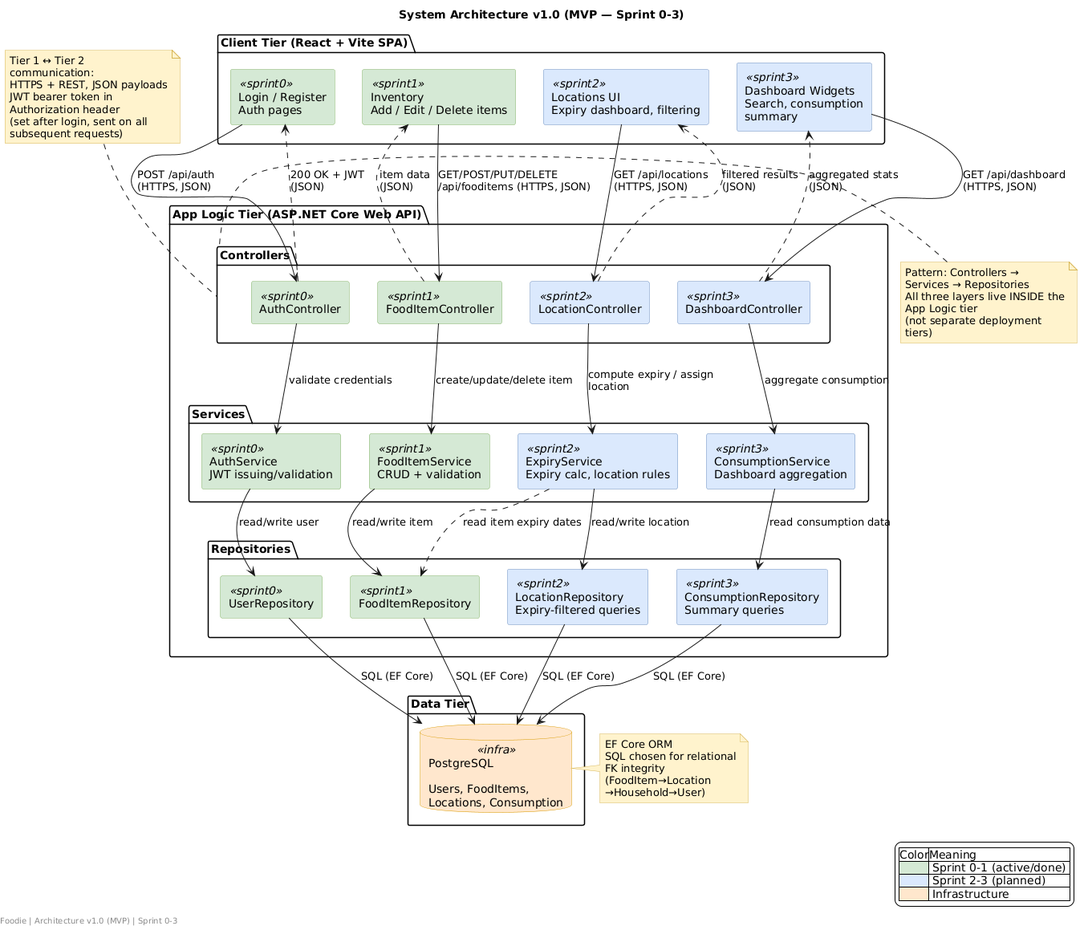
Earlier version of the PlantUML export docs/Foodie_Architecture_Diagram.png (aintnoBaka7227/Foodie). Its source is kept beside it as docs/Foodie_Architecture_Diagram.puml. Its diagram source:
```plantuml
@startuml Foodie_System_Architecture
title System Architecture v1.0 (MVP — Sprint 0-3)

skinparam backgroundColor white
skinparam componentStyle rectangle
skinparam wrapWidth 200
skinparam defaultTextAlignment left

skinparam component {
  BackgroundColor<<sprint0>> #D5E8D4
  BorderColor<<sprint0>> #82B366
  BackgroundColor<<sprint1>> #D5E8D4
  BorderColor<<sprint1>> #82B366
  BackgroundColor<<sprint2>> #DAE8FC
  BorderColor<<sprint2>> #6C8EBF
  BackgroundColor<<sprint3>> #DAE8FC
  BorderColor<<sprint3>> #6C8EBF
  BackgroundColor<<infra>> #FFE6CC
  BorderColor<<infra>> #D79B00
}

skinparam database {
  BackgroundColor #FFE6CC
  BorderColor #D79B00
}

skinparam note {
  BackgroundColor #FFF2CC
  BorderColor #D6B656
}

package "Client Tier (React + Vite SPA)" {
  [Login / Register\nAuth pages] <<sprint0>> as Auth
  [Inventory\nAdd / Edit / Delete items] <<sprint1>> as Inventory
  [Locations UI\nExpiry dashboard, filtering] <<sprint2>> as LocationsUI
  [Dashboard Widgets\nSearch, consumption summary] <<sprint3>> as Dashboard
}

package "App Logic Tier (ASP.NET Core Web API)" {

  package "Controllers" {
    [AuthController] <<sprint0>> as AuthCtrl
    [FoodItemController] <<sprint1>> as ItemCtrl
    [LocationController] <<sprint2>> as LocCtrl
    [DashboardController] <<sprint3>> as DashCtrl
  }

  package "Services" {
    [AuthService\nJWT issuing/validation] <<sprint0>> as AuthSvc
    [FoodItemService\nCRUD + validation] <<sprint1>> as ItemSvc
    [ExpiryService\nExpiry calc, location rules] <<sprint2>> as ExpirySvc
    [ConsumptionService\nDashboard aggregation] <<sprint3>> as ConsumeSvc
  }

  package "Repositories" {
    [UserRepository] <<sprint0>> as UserRepo
    [FoodItemRepository] <<sprint1>> as ItemRepo
    [LocationRepository\nExpiry-filtered queries] <<sprint2>> as LocRepo
    [ConsumptionRepository\nSummary queries] <<sprint3>> as ConsumeRepo
  }
}

package "Data Tier" {
  database "PostgreSQL\n\nUsers, FoodItems,\nLocations, Consumption" <<infra>> as DB
}

note right of DB
  EF Core ORM
  SQL chosen for relational
  FK integrity (FoodItem→Location
  →Household→User)
end note

note left of Controllers
  Pattern: Controllers → Services → Repositories
  All three layers live INSIDE the App Logic tier
  (not separate deployment tiers)
end note

note top of Controllers
  Tier 1 ↔ Tier 2 communication:
  HTTPS + REST, JSON payloads
  JWT bearer token in Authorization header
  (set after login, sent on all
  subsequent requests)
end note

legend right
  |Color|Meaning|
  |<#D5E8D4>| Sprint 0-1 (active/done) |
  |<#DAE8FC>| Sprint 2-3 (planned) |
  |<#FFE6CC>| Infrastructure |
endlegend

Auth --> AuthCtrl : POST /api/auth\n(HTTPS, JSON)
Inventory --> ItemCtrl : GET/POST/PUT/DELETE\n/api/fooditems (HTTPS, JSON)
LocationsUI --> LocCtrl : GET /api/locations\n(HTTPS, JSON)
Dashboard --> DashCtrl : GET /api/dashboard\n(HTTPS, JSON)

AuthCtrl ..> Auth : 200 OK + JWT\n(JSON)
ItemCtrl ..> Inventory : item data\n(JSON)
LocCtrl ..> LocationsUI : filtered results\n(JSON)
DashCtrl ..> Dashboard : aggregated stats\n(JSON)

AuthCtrl --> AuthSvc : validate credentials
ItemCtrl --> ItemSvc : create/update/delete item
LocCtrl --> ExpirySvc : compute expiry / assign location
DashCtrl --> ConsumeSvc : aggregate consumption

AuthSvc --> UserRepo : read/write user
ItemSvc --> ItemRepo : read/write item
ExpirySvc --> LocRepo : read/write location
ConsumeSvc --> ConsumeRepo : read consumption data

ExpirySvc ..> ItemRepo : read item expiry dates

UserRepo --> DB : SQL (EF Core)
ItemRepo --> DB : SQL (EF Core)
LocRepo --> DB : SQL (EF Core)
ConsumeRepo --> DB : SQL (EF Core)

footer Foodie | Architecture v1.0 (MVP) | Sprint 0-3
@enduml
```
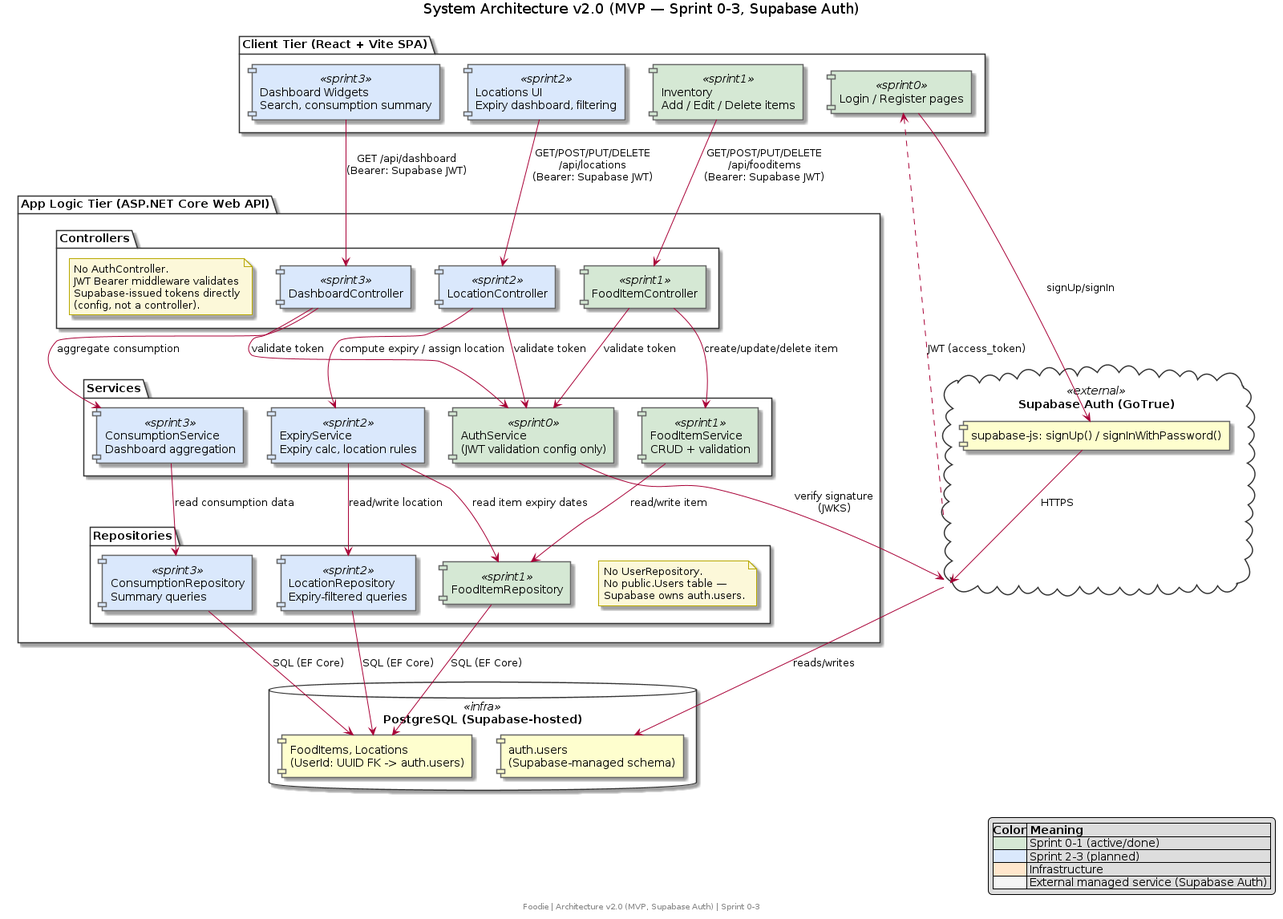
Later version of the same file.

Commit message:
docs: update document to align with authentication shift to depend on Supabase

What changed in the source:
```diff
@@ -1,123 +1,106 @@
-@startuml Foodie_System_Architecture
-title System Architecture v1.0 (MVP — Sprint 0-3)
-
-skinparam backgroundColor white
+@startuml
+title System Architecture v2.0 (MVP — Sprint 0-3, Supabase Auth)
 skinparam componentStyle rectangle
-skinparam wrapWidth 200
-skinparam defaultTextAlignment left
-
 skinparam component {
   BackgroundColor<<sprint0>> #D5E8D4
-  BorderColor<<sprint0>> #82B366
   BackgroundColor<<sprint1>> #D5E8D4
-  BorderColor<<sprint1>> #82B366
   BackgroundColor<<sprint2>> #DAE8FC
-  BorderColor<<sprint2>> #6C8EBF
   BackgroundColor<<sprint3>> #DAE8FC
-  BorderColor<<sprint3>> #6C8EBF
   BackgroundColor<<infra>> #FFE6CC
-  BorderColor<<infra>> #D79B00
+  BackgroundColor<<external>> #F5F5F5
+  BorderColor #666666
+}
+skinparam note {
+  BackgroundColor #FCF8D9
+  BorderColor #B8A800
+}
+skinparam package {
+  BackgroundColor white
+  BorderColor #333333
 }
 
-skinparam database {
-  BackgroundColor #FFE6CC
-  BorderColor #D79B00
+package "Client Tier (React + Vite SPA)" as Client {
+  [Login / Register pages] <<sprint0>> as LoginUI
+  [Inventory\nAdd / Edit / Delete items] <<sprint1>> as InvUI
+  [Locations UI\nExpiry dashboard, filtering] <<sprint2>> as LocUI
+  [Dashboard Widgets\nSearch, consumption summary] <<sprint3>> as DashUI
 }
 
-skinparam note {
-  BackgroundColor #FFF2CC
-  BorderColor #D6B656
+cloud "Supabase Auth (GoTrue)" <<external>> as SupaAuth {
+  [supabase-js: signUp() / signInWithPassword()] as SupaSDK
 }
 
-package "Client Tier (React + Vite SPA)" {
-  [Login / Register\nAuth pages] <<sprint0>> as Auth
-  [Inventory\nAdd / Edit / Delete items] <<sprint1>> as Inventory
-  [Locations UI\nExpiry dashboard, filtering] <<sprint2>> as LocationsUI
-  [Dashboard Widgets\nSearch, consumption summary] <<sprint3>> as Dashboard
-}
-
-package "App Logic Tier (ASP.NET Core Web API)" {
-
-  package "Controllers" {
-    [AuthController] <<sprint0>> as AuthCtrl
-    [FoodItemController] <<sprint1>> as ItemCtrl
+package "App Logic Tier (ASP.NET Core Web API)" as AppLogic {
+  package "Controllers" as Controllers {
+    [FoodItemController] <<sprint1>> as FoodCtrl
     [LocationController] <<sprint2>> as LocCtrl
     [DashboardController] <<sprint3>> as DashCtrl
+    note as AuthNote
+      No AuthController.
+      JWT Bearer middleware validates
+      Supabase-issued tokens directly
+      (config, not a controller).
+    end note
   }
 
-  package "Services" {
-    [AuthService\nJWT issuing/validation] <<sprint0>> as AuthSvc
-    [FoodItemService\nCRUD + validation] <<sprint1>> as ItemSvc
+  package "Services" as Services {
+    [AuthService\n(JWT validation config only)] <<sprint0>> as AuthSvc
+    [FoodItemService\nCRUD + validation] <<sprint1>> as FoodSvc
     [ExpiryService\nExpiry calc, location rules] <<sprint2>> as ExpirySvc
-    [ConsumptionService\nDashboard aggregation] <<sprint3>> as ConsumeSvc
+    [ConsumptionService\nDashboard aggregation] <<sprint3>> as ConsSvc
   }
 
-  package "Repositories" {
-    [UserRepository] <<sprint0>> as UserRepo
-    [FoodItemRepository] <<sprint1>> as ItemRepo
+  package "Repositories" as Repositories {
+    note as NoUserRepo
+      No UserRepository.
+      No public.Users table —
+      Supabase owns auth.users.
+    end note
+    [FoodItemRepository] <<sprint1>> as FoodRepo
     [LocationRepository\nExpiry-filtered queries] <<sprint2>> as LocRepo
-    [ConsumptionRepository\nSummary queries] <<sprint3>> as ConsumeRepo
+    [ConsumptionRepository\nSummary queries] <<sprint3>> as ConsRepo
   }
 }
 
-package "Data Tier" {
-  database "PostgreSQL\n\nUsers, FoodItems,\nLocations, Consumption" <<infra>> as DB
+database "PostgreSQL (Supabase-hosted)" <<infra>> as DB {
+  [auth.users\n(Supabase-managed schema)] as AuthUsersTbl
+  [FoodItems, Locations\n(UserId: UUID FK -> auth.users)] as AppTables
 }
 
-note right of DB
-  EF Core ORM
-  SQL chosen for relational
-  FK integrity (FoodItem→Location
-  →Household→User)
-end note
+LoginUI --> SupaSDK : signUp/signIn
+SupaSDK --> SupaAuth : HTTPS
+SupaAuth --> AuthUsersTbl : reads/writes
+LoginUI <.. SupaAuth : JWT (access_token)
 
-note left of Controllers
-  Pattern: Controllers → Services → Repositories
-  All three layers live INSIDE the App Logic tier
-  (not separate deployment tiers)
-end note
+InvUI --> FoodCtrl : GET/POST/PUT/DELETE\n/api/fooditems\n(Bearer: Supabase JWT)
+LocUI --> LocCtrl : GET/POST/PUT/DELETE\n/api/locations\n(Bearer: Supabase JWT)
+DashUI --> DashCtrl : GET /api/dashboard\n(Bearer: Supabase JWT)
 
-note top of Controllers
-  Tier 1 ↔ Tier 2 communication:
-  HTTPS + REST, JSON payloads
-  JWT bearer token in Authorization header
-  (set after login, sent on all
-  subsequent requests)
-end note
+FoodCtrl --> AuthSvc : validate token
+LocCtrl --> AuthSvc : validate token
+DashCtrl --> AuthSvc : validate token
+AuthSvc --> SupaAuth : verify signature\n(JWKS)
+
+FoodCtrl --> FoodSvc : create/update/delete item
+LocCtrl --> ExpirySvc : compute expiry / assign location
+DashCtrl --> ConsSvc : aggregate consumption
+
+FoodSvc --> FoodRepo : read/write item
+ExpirySvc --> LocRepo : read/write location
+ExpirySvc --> FoodRepo : read item expiry dates
+ConsSvc --> ConsRepo : read consumption data
+
+FoodRepo --> AppTables : SQL (EF Core)
+LocRepo --> AppTables : SQL (EF Core)
+ConsRepo --> AppTables : SQL (EF Core)
 
 legend right
-  |Color|Meaning|
+  |Color| Meaning |
   |<#D5E8D4>| Sprint 0-1 (active/done) |
   |<#DAE8FC>| Sprint 2-3 (planned) |
   |<#FFE6CC>| Infrastructure |
+  |<#F5F5F5>| External managed service (Supabase Auth) |
 endlegend
 
-Auth --> AuthCtrl : POST /api/auth\n(HTTPS, JSON)
-Inventory --> ItemCtrl : GET/POST/PUT/DELETE\n/api/fooditems (HTTPS, JSON)
-LocationsUI --> LocCtrl : GET /api/locations\n(HTTPS, JSON)
-Dashboard --> DashCtrl : GET /api/dashboard\n(HTTPS, JSON)
-
-AuthCtrl ..> Auth : 200 OK + JWT\n(JSON)
-ItemCtrl ..> Inventory : item data\n(JSON)
-LocCtrl ..> LocationsUI : filtered results\n(JSON)
-DashCtrl ..> Dashboard : aggregated stats\n(JSON)
-
-AuthCtrl --> AuthSvc : validate credentials
-ItemCtrl --> ItemSvc : create/update/delete item
-LocCtrl --> ExpirySvc : compute expiry / assign location
-DashCtrl --> ConsumeSvc : aggregate consumption
-
-AuthSvc --> UserRepo : read/write user
-ItemSvc --> ItemRepo : read/write item
-ExpirySvc --> LocRepo : read/write location
-ConsumeSvc --> ConsumeRepo : read consumption data
-
-ExpirySvc ..> ItemRepo : read item expiry dates
-
-UserRepo --> DB : SQL (EF Core)
-ItemRepo --> DB : SQL (EF Core)
-LocRepo --> DB : SQL (EF Core)
-ConsumeRepo --> DB : SQL (EF Core)
-
-footer Foodie | Architecture v1.0 (MVP) | Sprint 0-3
+footer Foodie | Architecture v2.0 (MVP, Supabase Auth) | Sprint 0-3
 @enduml
```
